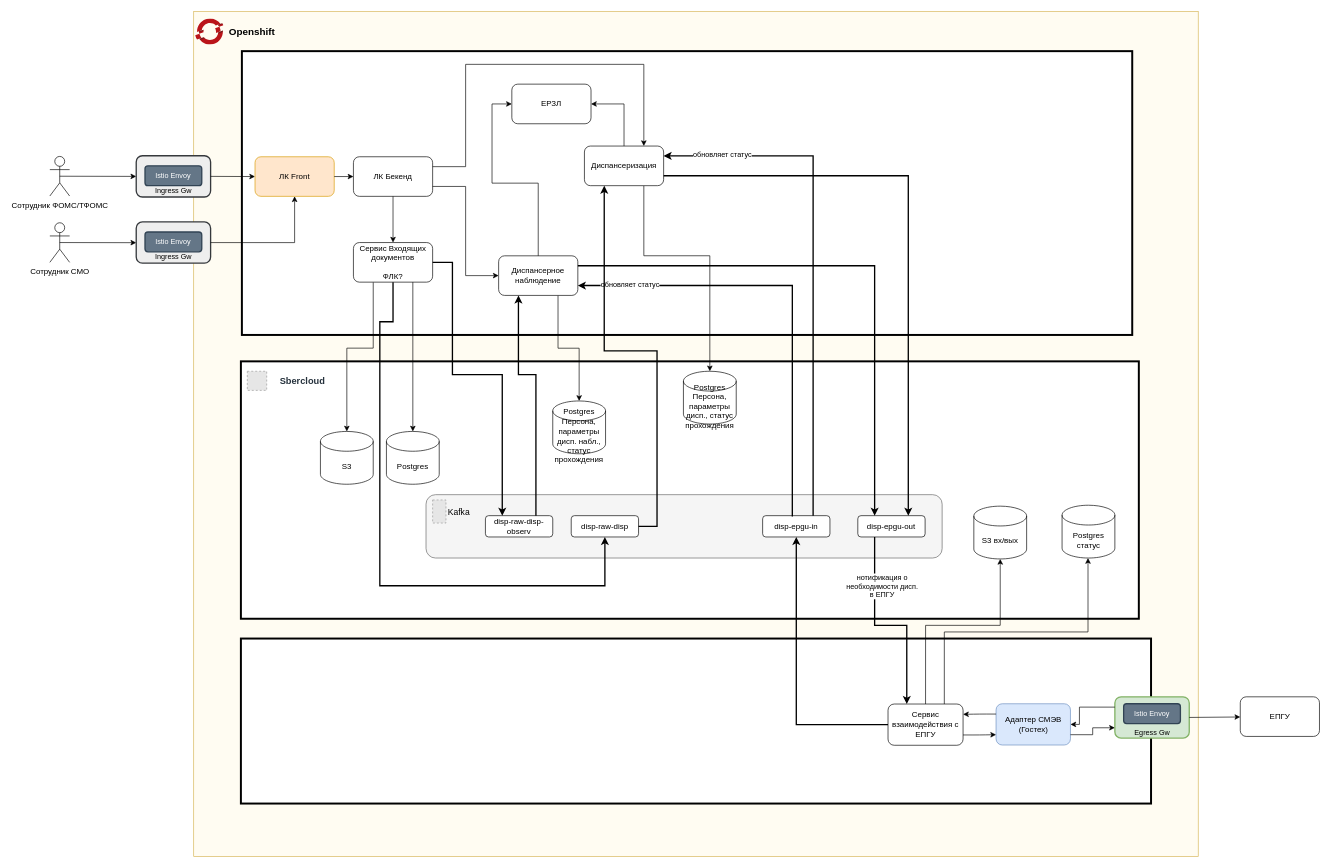
This is Dispa.drawio from LobovVit/proxyModule, a draw.io file, before an edit. Source tidied: cells renumbered, new cells numbered last; positions are measured from the earlier drawing's top-left corner, leaving out a move shared by most shapes. Both pictures are drawn from the tidied source at 66%, with x=0, y=0 at pixel (50, 11). Pictures stored in the file or linked from it are replaced by grey dashed boxes.
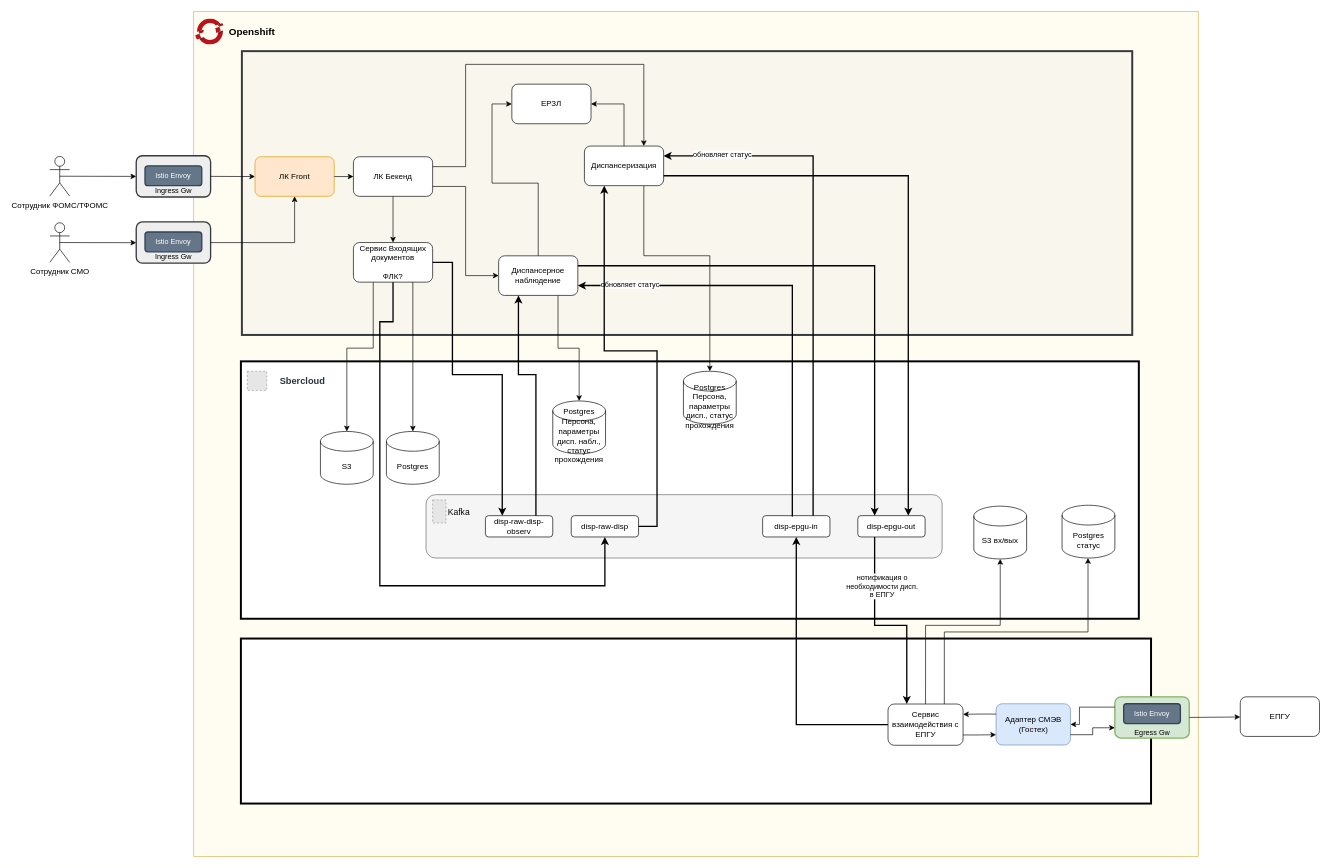
The same page after the edit.

What changed in the source:
```diff
@@
-    <mxCell id="3" style="rounded=0;whiteSpace=wrap;html=1;strokeWidth=3;" parent="1" vertex="1">
+    <mxCell id="3" style="rounded=0;whiteSpace=wrap;html=1;strokeWidth=3;fillColor=#f9f7ed;strokeColor=#36393d;" parent="1" vertex="1">
       <mxGeometry x="291" y="60" width="1349" height="430" as="geometry" />
     </mxCell>
```
